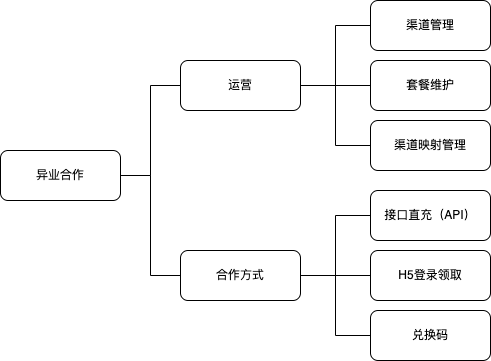
This is 异业合作.png from 845642761/diagram, a draw.io export, as it was before one commit. Source tidied: cells renumbered, new cells last; positions are measured from the earlier drawing's top-left corner, leaving out a move shared by most shapes.
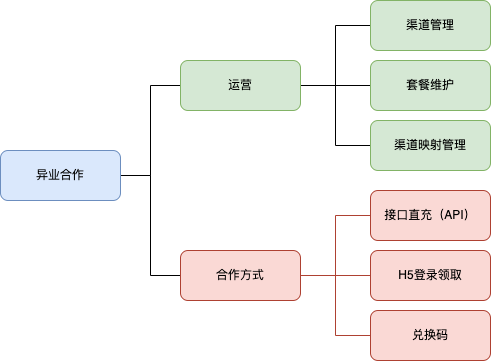
The same file after the commit.

Commit message:
更新异业合作.png

The edit, as a diff of the source:
```diff
@@ -8,7 +8,7 @@
     <mxCell id="3" style="edgeStyle=orthogonalEdgeStyle;rounded=0;jettySize=auto;html=1;entryX=0;entryY=0.5;entryDx=0;entryDy=0;endArrow=none;endFill=0;" parent="1" edge="1" source="4" target="15">
       <mxGeometry relative="1" as="geometry" />
     </mxCell>
-    <mxCell id="4" value="异业合作" style="rounded=1;whiteSpace=wrap;html=1;" parent="1" vertex="1">
+    <mxCell id="4" value="异业合作" style="rounded=1;whiteSpace=wrap;html=1;fillColor=#dae8fc;strokeColor=#6c8ebf;" parent="1" vertex="1">
       <mxGeometry y="150" width="120" height="50" as="geometry" />
     </mxCell>
     <mxCell id="5" style="edgeStyle=orthogonalEdgeStyle;rounded=0;jettySize=auto;html=1;entryX=0;entryY=0.5;entryDx=0;entryDy=0;endArrow=none;endFill=0;" parent="1" edge="1" source="8" target="9">
@@ -20,37 +20,37 @@
     <mxCell id="7" style="edgeStyle=orthogonalEdgeStyle;rounded=0;jettySize=auto;html=1;entryX=0;entryY=0.5;entryDx=0;entryDy=0;endArrow=none;endFill=0;" parent="1" edge="1" source="8" target="11">
       <mxGeometry relative="1" as="geometry" />
     </mxCell>
-    <mxCell id="8" value="运营" style="rounded=1;whiteSpace=wrap;html=1;" parent="1" vertex="1">
+    <mxCell id="8" value="运营" style="rounded=1;whiteSpace=wrap;html=1;fillColor=#d5e8d4;strokeColor=#82b366;" parent="1" vertex="1">
       <mxGeometry x="180" y="60" width="120" height="50" as="geometry" />
     </mxCell>
-    <mxCell id="9" value="渠道管理" style="rounded=1;whiteSpace=wrap;html=1;" parent="1" vertex="1">
+    <mxCell id="9" value="渠道管理" style="rounded=1;whiteSpace=wrap;html=1;fillColor=#d5e8d4;strokeColor=#82b366;" parent="1" vertex="1">
       <mxGeometry x="370" width="120" height="50" as="geometry" />
     </mxCell>
-    <mxCell id="10" value="套餐维护" style="rounded=1;whiteSpace=wrap;html=1;" parent="1" vertex="1">
+    <mxCell id="10" value="套餐维护" style="rounded=1;whiteSpace=wrap;html=1;fillColor=#d5e8d4;strokeColor=#82b366;" parent="1" vertex="1">
       <mxGeometry x="370" y="60" width="120" height="50" as="geometry" />
     </mxCell>
-    <mxCell id="11" value="渠道映射管理" style="rounded=1;whiteSpace=wrap;html=1;" parent="1" vertex="1">
+    <mxCell id="11" value="渠道映射管理" style="rounded=1;whiteSpace=wrap;html=1;fillColor=#d5e8d4;strokeColor=#82b366;" parent="1" vertex="1">
       <mxGeometry x="370" y="120" width="120" height="50" as="geometry" />
     </mxCell>
-    <mxCell id="12" style="edgeStyle=orthogonalEdgeStyle;rounded=0;jettySize=auto;html=1;entryX=0;entryY=0.5;entryDx=0;entryDy=0;endArrow=none;endFill=0;" parent="1" edge="1" source="15" target="16">
+    <mxCell id="12" style="edgeStyle=orthogonalEdgeStyle;rounded=0;jettySize=auto;html=1;entryX=0;entryY=0.5;entryDx=0;entryDy=0;endArrow=none;endFill=0;fillColor=#fad9d5;strokeColor=#ae4132;" parent="1" edge="1" source="15" target="16">
       <mxGeometry relative="1" as="geometry" />
     </mxCell>
-    <mxCell id="13" style="edgeStyle=orthogonalEdgeStyle;rounded=0;jettySize=auto;html=1;entryX=0;entryY=0.5;entryDx=0;entryDy=0;endArrow=none;endFill=0;" parent="1" edge="1" source="15" target="17">
+    <mxCell id="13" style="edgeStyle=orthogonalEdgeStyle;rounded=0;jettySize=auto;html=1;entryX=0;entryY=0.5;entryDx=0;entryDy=0;endArrow=none;endFill=0;fillColor=#fad9d5;strokeColor=#ae4132;" parent="1" edge="1" source="15" target="17">
       <mxGeometry relative="1" as="geometry" />
     </mxCell>
-    <mxCell id="14" style="edgeStyle=orthogonalEdgeStyle;rounded=0;jettySize=auto;html=1;entryX=0;entryY=0.5;entryDx=0;entryDy=0;endArrow=none;endFill=0;" parent="1" edge="1" source="15" target="18">
+    <mxCell id="14" style="edgeStyle=orthogonalEdgeStyle;rounded=0;jettySize=auto;html=1;entryX=0;entryY=0.5;entryDx=0;entryDy=0;endArrow=none;endFill=0;fillColor=#fad9d5;strokeColor=#ae4132;" parent="1" edge="1" source="15" target="18">
       <mxGeometry relative="1" as="geometry" />
     </mxCell>
-    <mxCell id="15" value="合作方式" style="rounded=1;whiteSpace=wrap;html=1;" parent="1" vertex="1">
+    <mxCell id="15" value="合作方式" style="rounded=1;whiteSpace=wrap;html=1;fillColor=#fad9d5;strokeColor=#ae4132;" parent="1" vertex="1">
       <mxGeometry x="180" y="250" width="120" height="50" as="geometry" />
     </mxCell>
-    <mxCell id="16" value="接口直充（API）" style="rounded=1;whiteSpace=wrap;html=1;" parent="1" vertex="1">
+    <mxCell id="16" value="接口直充（API）" style="rounded=1;whiteSpace=wrap;html=1;fillColor=#fad9d5;strokeColor=#ae4132;" parent="1" vertex="1">
       <mxGeometry x="370" y="190" width="120" height="50" as="geometry" />
     </mxCell>
-    <mxCell id="17" value="H5登录领取" style="rounded=1;whiteSpace=wrap;html=1;" parent="1" vertex="1">
+    <mxCell id="17" value="H5登录领取" style="rounded=1;whiteSpace=wrap;html=1;fillColor=#fad9d5;strokeColor=#ae4132;" parent="1" vertex="1">
       <mxGeometry x="370" y="250" width="120" height="50" as="geometry" />
     </mxCell>
-    <mxCell id="18" value="兑换码" style="rounded=1;whiteSpace=wrap;html=1;" parent="1" vertex="1">
+    <mxCell id="18" value="兑换码" style="rounded=1;whiteSpace=wrap;html=1;fillColor=#fad9d5;strokeColor=#ae4132;" parent="1" vertex="1">
       <mxGeometry x="370" y="310" width="120" height="50" as="geometry" />
     </mxCell>
   </root>
```
